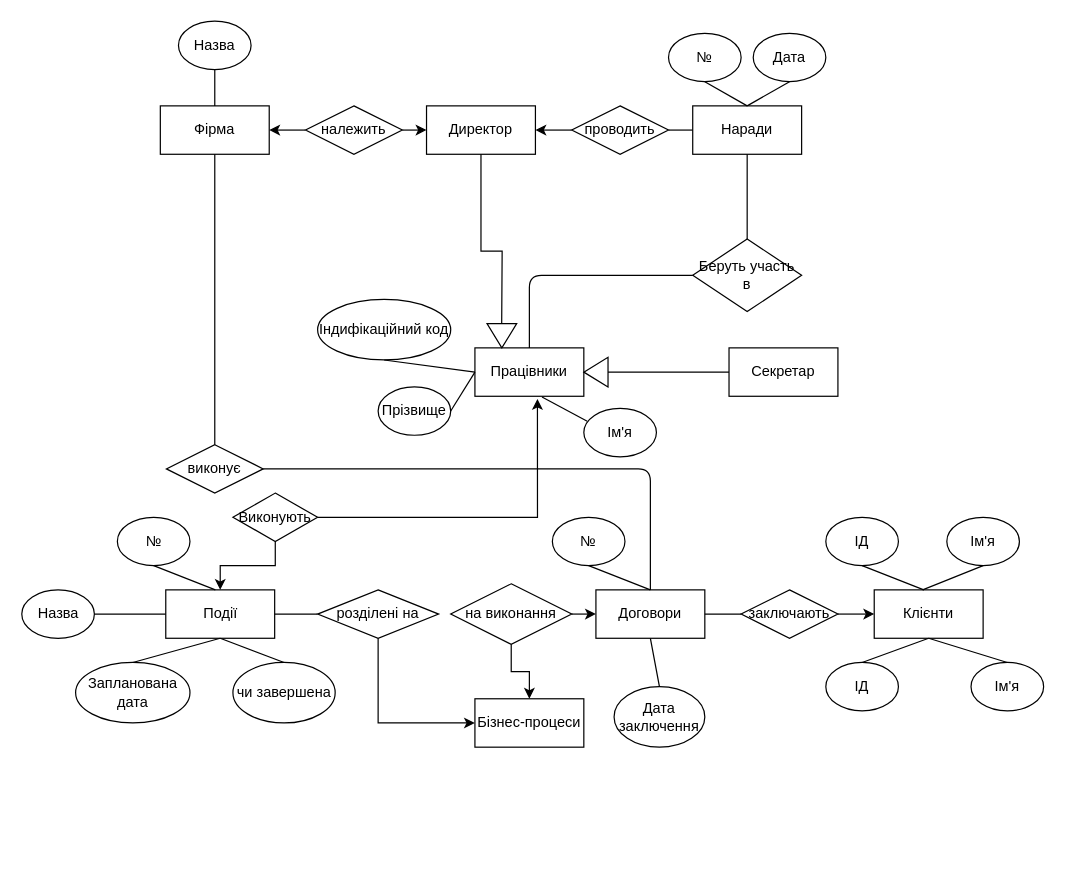
Before: Untitled Diagram.drawio in mirhorodskiy/KPI, a draw.io diagram. Source tidied: cells renumbered, new cells numbered last; positions are measured from the earlier drawing's top-left corner, leaving out a move shared by most shapes. Both pictures are drawn from the tidied source at 121%, with x=0, y=0 at pixel (22, 21).
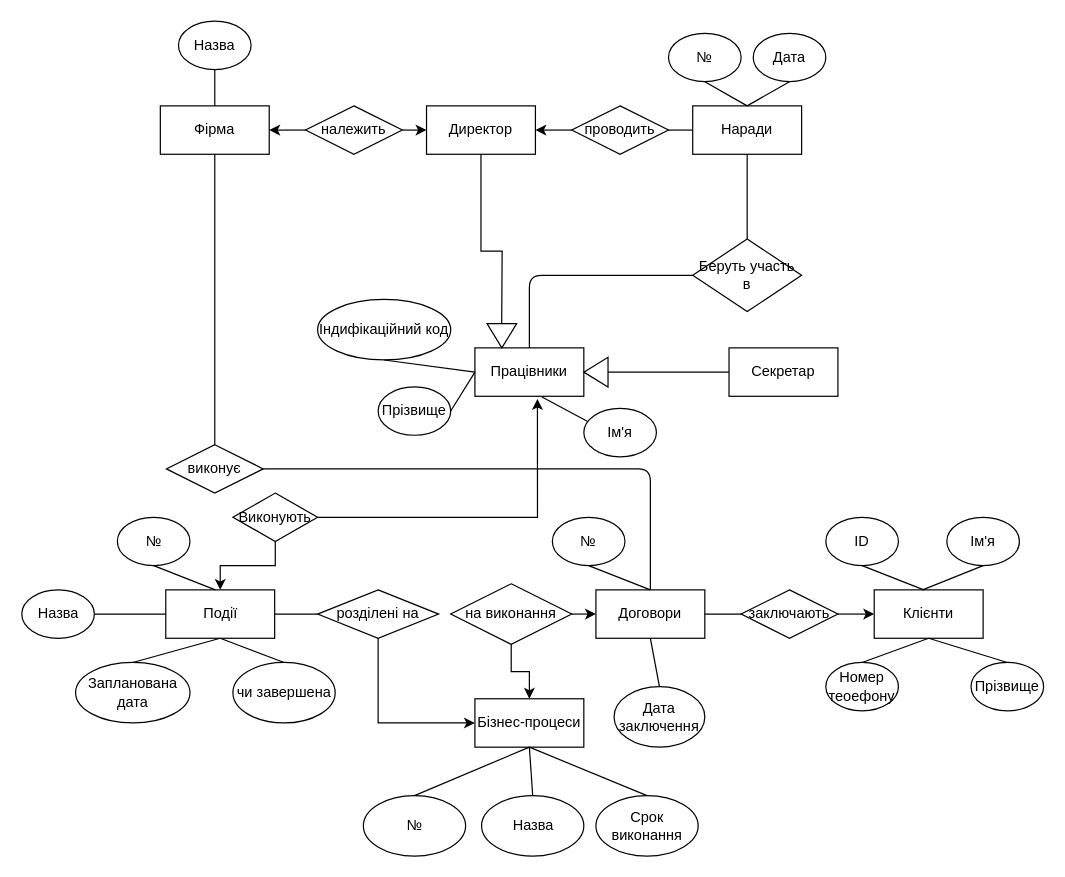
After the change.

The change refers to these unchanged cells:
```xml
<mxCell id="60" value="Бізнес-процеси" style="rounded=0;whiteSpace=wrap;html=1;" parent="1" vertex="1">
  <mxGeometry x="374" y="560" width="90" height="40" as="geometry" />
</mxCell>
```

The edit, as a diff of the source:
```diff
@@
-    <mxCell id="18" value="ІД" style="ellipse;whiteSpace=wrap;html=1;" parent="1" vertex="1">
+    <mxCell id="18" value="ID" style="ellipse;whiteSpace=wrap;html=1;" parent="1" vertex="1">
       <mxGeometry x="664" y="410" width="60" height="40" as="geometry" />
     </mxCell>
@@
-    <mxCell id="22" value="ІД" style="ellipse;whiteSpace=wrap;html=1;" parent="1" vertex="1">
+    <mxCell id="22" value="Номер теоефону" style="ellipse;whiteSpace=wrap;html=1;" parent="1" vertex="1">
       <mxGeometry x="664" y="530" width="60" height="40" as="geometry" />
     </mxCell>
-    <mxCell id="23" value="Ім'я" style="ellipse;whiteSpace=wrap;html=1;" parent="1" vertex="1">
+    <mxCell id="23" value="Прізвище" style="ellipse;whiteSpace=wrap;html=1;" parent="1" vertex="1">
       <mxGeometry x="784" y="530" width="60" height="40" as="geometry" />
     </mxCell>
@@
+    <mxCell id="73" value="№" style="ellipse;whiteSpace=wrap;html=1;" parent="1" vertex="1">
+      <mxGeometry x="281.8" y="640" width="84.5" height="50" as="geometry" />
+    </mxCell>
+    <mxCell id="74" value="Назва" style="ellipse;whiteSpace=wrap;html=1;" parent="1" vertex="1">
+      <mxGeometry x="379.5" y="640" width="84.5" height="50" as="geometry" />
+    </mxCell>
+    <mxCell id="75" value="Срок виконання" style="ellipse;whiteSpace=wrap;html=1;" parent="1" vertex="1">
+      <mxGeometry x="474" y="640" width="84.5" height="50" as="geometry" />
+    </mxCell>
+    <mxCell id="76" style="endArrow=none;html=1;entryX=0.5;entryY=1;entryDx=0;entryDy=0;exitX=0.5;exitY=0;exitDx=0;exitDy=0;" parent="1" edge="1" source="73" target="60">
+      <mxGeometry relative="1" as="geometry" />
+    </mxCell>
+    <mxCell id="77" style="endArrow=none;html=1;exitX=0.5;exitY=1;exitDx=0;exitDy=0;entryX=0.5;entryY=0;entryDx=0;entryDy=0;" parent="1" edge="1" source="60" target="74">
+      <mxGeometry relative="1" as="geometry" />
+    </mxCell>
+    <mxCell id="78" style="endArrow=none;html=1;entryX=0.5;entryY=0;entryDx=0;entryDy=0;exitX=0.5;exitY=1;exitDx=0;exitDy=0;" parent="1" edge="1" source="60" target="75">
+      <mxGeometry relative="1" as="geometry" />
+    </mxCell>
```
